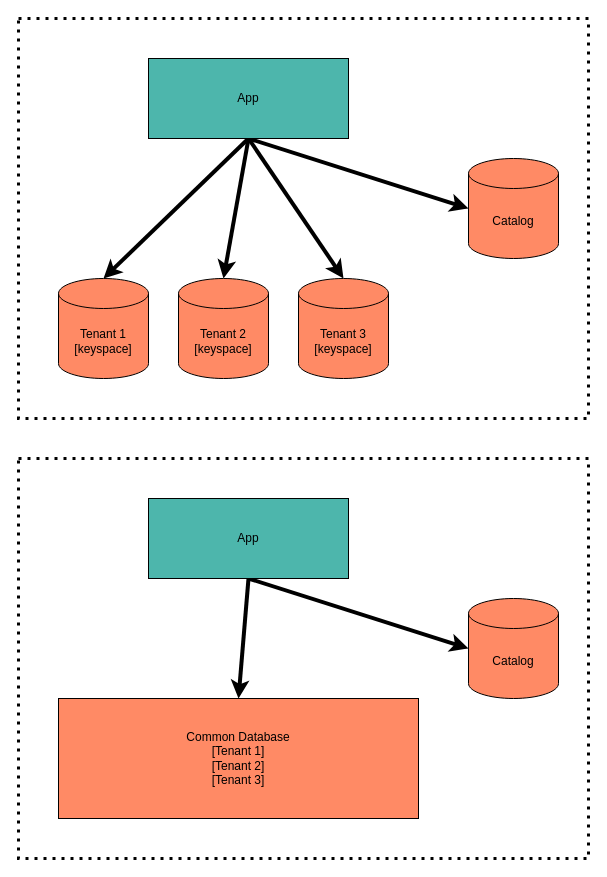
idarb-oss/alinea-doc keeps this draw.io diagram as page "figure1" (1 of 2) of diagrams/multi-tenant.drawio. Above is the earlier version. Source tidied: cells renumbered, new cells numbered last; positions are measured from the earlier drawing's top-left corner, leaving out a move shared by most shapes. Both pictures are drawn from the tidied source at 100%, with x=0, y=0 at pixel (18, 18).
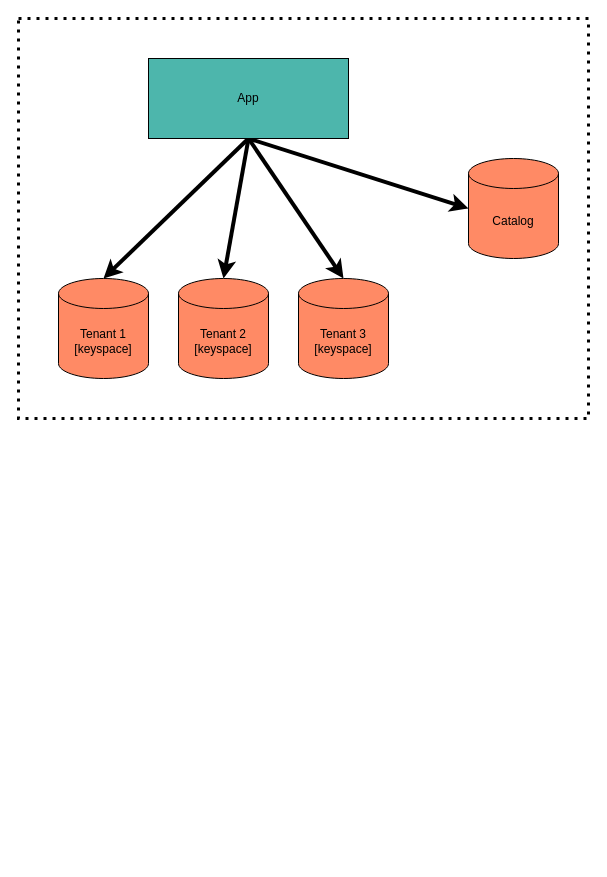
After the change.

Diff of the diagram source:
```diff
@@
 <mxGraphModel>
   <root>
     <mxCell id="0" />
     <mxCell id="1" parent="0" />
     <mxCell id="2" style="rounded=0;whiteSpace=wrap;html=1;fillColor=none;strokeWidth=3;dashed=1;dashPattern=1 2;" parent="1" vertex="1">
       <mxGeometry width="570" height="400" as="geometry" />
     </mxCell>
     <mxCell id="3" style="rounded=0;jettySize=auto;html=1;entryX=0;entryY=0.5;entryDx=0;entryDy=0;entryPerimeter=0;exitX=0.5;exitY=1;exitDx=0;exitDy=0;strokeWidth=4;" parent="1" edge="1" source="7" target="8">
       <mxGeometry relative="1" as="geometry" />
     </mxCell>
     <mxCell id="4" style="edgeStyle=none;rounded=0;jettySize=auto;html=1;entryX=0.5;entryY=0;entryDx=0;entryDy=0;entryPerimeter=0;strokeWidth=4;exitX=0.5;exitY=1;exitDx=0;exitDy=0;" parent="1" edge="1" source="7" target="9">
       <mxGeometry relative="1" as="geometry" />
     </mxCell>
     <mxCell id="5" style="edgeStyle=none;rounded=0;jettySize=auto;html=1;exitX=0.5;exitY=1;exitDx=0;exitDy=0;entryX=0.5;entryY=0;entryDx=0;entryDy=0;entryPerimeter=0;strokeWidth=4;" parent="1" edge="1" source="7" target="10">
       <mxGeometry relative="1" as="geometry" />
     </mxCell>
     <mxCell id="6" style="edgeStyle=none;rounded=0;jettySize=auto;html=1;exitX=0.5;exitY=1;exitDx=0;exitDy=0;entryX=0.5;entryY=0;entryDx=0;entryDy=0;entryPerimeter=0;strokeWidth=4;" parent="1" edge="1" source="7" target="11">
       <mxGeometry relative="1" as="geometry" />
     </mxCell>
     <mxCell id="7" value="App" style="rounded=0;whiteSpace=wrap;html=1;strokeWidth=1;fillColor=#4DB6AC;" parent="1" vertex="1">
       <mxGeometry x="130" y="40" width="200" height="80" as="geometry" />
     </mxCell>
     <mxCell id="8" value="Catalog" style="shape=cylinder3;whiteSpace=wrap;html=1;boundedLbl=1;backgroundOutline=1;size=15;strokeWidth=1;fillColor=#FF8A65;" parent="1" vertex="1">
       <mxGeometry x="450" y="140" width="90" height="100" as="geometry" />
     </mxCell>
     <mxCell id="9" value="&lt;div&gt;Tenant 1&lt;/div&gt;&lt;div&gt;[keyspace]&lt;br&gt;&lt;/div&gt;" style="shape=cylinder3;whiteSpace=wrap;html=1;boundedLbl=1;backgroundOutline=1;size=15;strokeWidth=1;fillColor=#FF8A65;" parent="1" vertex="1">
       <mxGeometry x="40" y="260" width="90" height="100" as="geometry" />
     </mxCell>
     <mxCell id="10" value="&lt;div&gt;Tenant 2&lt;/div&gt;&lt;div&gt;[keyspace]&lt;br&gt;&lt;/div&gt;" style="shape=cylinder3;whiteSpace=wrap;html=1;boundedLbl=1;backgroundOutline=1;size=15;strokeWidth=1;fillColor=#FF8A65;" parent="1" vertex="1">
       <mxGeometry x="160" y="260" width="90" height="100" as="geometry" />
     </mxCell>
     <mxCell id="11" value="&lt;div&gt;Tenant 3&lt;/div&gt;&lt;div&gt;[keyspace]&lt;br&gt;&lt;/div&gt;" style="shape=cylinder3;whiteSpace=wrap;html=1;boundedLbl=1;backgroundOutline=1;size=15;strokeWidth=1;fillColor=#FF8A65;" parent="1" vertex="1">
       <mxGeometry x="280" y="260" width="90" height="100" as="geometry" />
     </mxCell>
-    <mxCell id="12" style="rounded=0;whiteSpace=wrap;html=1;fillColor=none;strokeWidth=3;dashed=1;dashPattern=1 2;" parent="1" vertex="1">
-      <mxGeometry y="440" width="570" height="400" as="geometry" />
-    </mxCell>
-    <mxCell id="13" style="edgeStyle=none;rounded=0;jettySize=auto;html=1;exitX=0.5;exitY=1;exitDx=0;exitDy=0;entryX=0;entryY=0.5;entryDx=0;entryDy=0;entryPerimeter=0;strokeWidth=4;" parent="1" edge="1" source="15" target="16">
-      <mxGeometry relative="1" as="geometry" />
-    </mxCell>
-    <mxCell id="14" style="edgeStyle=none;rounded=0;jettySize=auto;html=1;exitX=0.5;exitY=1;exitDx=0;exitDy=0;entryX=0.5;entryY=0;entryDx=0;entryDy=0;strokeWidth=4;" parent="1" edge="1" source="15" target="17">
-      <mxGeometry relative="1" as="geometry" />
-    </mxCell>
-    <mxCell id="15" value="App" style="rounded=0;whiteSpace=wrap;html=1;strokeWidth=1;fillColor=#4DB6AC;" parent="1" vertex="1">
-      <mxGeometry x="130" y="480" width="200" height="80" as="geometry" />
-    </mxCell>
-    <mxCell id="16" value="Catalog" style="shape=cylinder3;whiteSpace=wrap;html=1;boundedLbl=1;backgroundOutline=1;size=15;strokeWidth=1;fillColor=#FF8A65;" parent="1" vertex="1">
-      <mxGeometry x="450" y="580" width="90" height="100" as="geometry" />
-    </mxCell>
-    <mxCell id="17" value="&lt;div&gt;Common Database&lt;/div&gt;&lt;div&gt;[Tenant 1]&lt;/div&gt;&lt;div&gt;[Tenant 2]&lt;/div&gt;&lt;div&gt;[Tenant 3]&lt;br&gt;&lt;/div&gt;" style="rounded=0;whiteSpace=wrap;html=1;strokeWidth=1;fillColor=#FF8A65;" parent="1" vertex="1">
-      <mxGeometry x="40" y="680" width="360" height="120" as="geometry" />
-    </mxCell>
   </root>
 </mxGraphModel>
```
